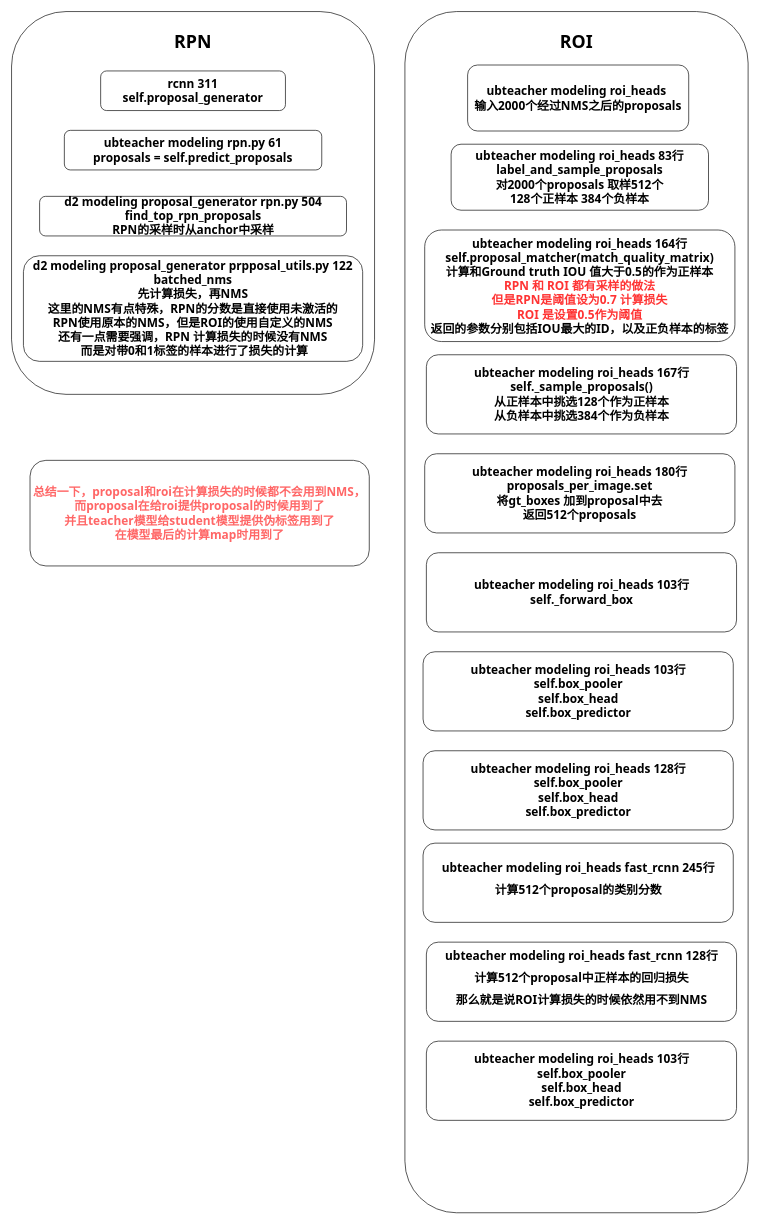
Pandaxia8/Test keeps this draw.io diagram as NMS的使用.drawio. Above is the earlier version. Source tidied: cells renumbered, new cells numbered last; positions are measured from the earlier drawing's top-left corner, leaving out a move shared by most shapes. Both pictures are drawn from the tidied source at 66%, with x=0, y=0 at pixel (11, 11).
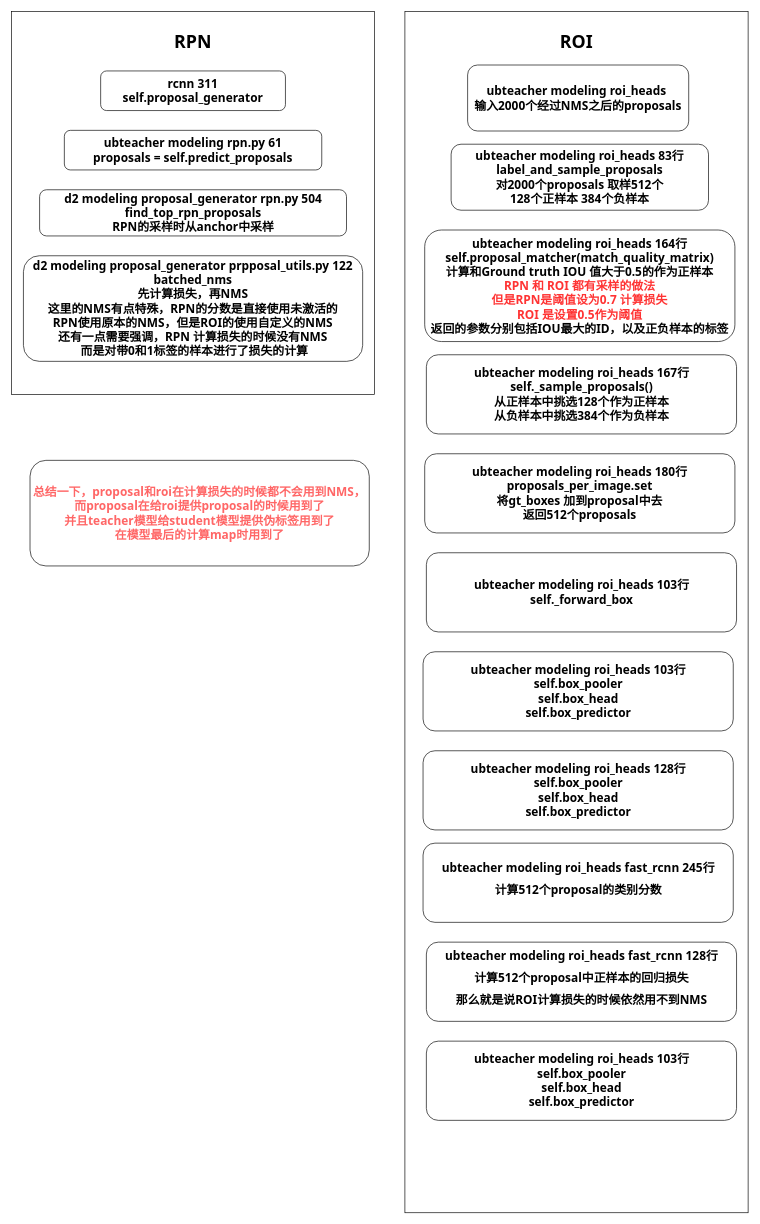
The same page after the edit.

Commit message:
更新NMS的使用.drawio

Change to the diagram source:
```diff
@@
-    <mxCell id="2" style="rounded=1;whiteSpace=wrap;html=1;fontFamily=Tahoma;fontSize=18;" parent="1" vertex="1">
+    <mxCell id="2" style="rounded=0;whiteSpace=wrap;html=1;fontFamily=Tahoma;fontSize=18;" parent="1" vertex="1">
       <mxGeometry width="550" height="580" as="geometry" />
     </mxCell>
@@
     <mxCell id="5" value="&lt;font style=&quot;font-size: 18px;&quot;&gt;d2 modeling proposal_generator rpn.py 504&lt;br&gt;find_top_rpn_proposals&lt;br&gt;RPN的采样时从anchor中采样&lt;br&gt;&lt;/font&gt;" style="rounded=1;whiteSpace=wrap;html=1;fontFamily=Tahoma;fontStyle=1;" parent="1" vertex="1">
-      <mxGeometry x="42.5" y="280" width="465" height="60" as="geometry" />
+      <mxGeometry x="42.5" y="270" width="465" height="70" as="geometry" />
     </mxCell>
@@
-    <mxCell id="8" style="rounded=1;whiteSpace=wrap;html=1;fontFamily=Tahoma;fontSize=18;" parent="1" vertex="1">
+    <mxCell id="8" style="rounded=0;whiteSpace=wrap;html=1;fontFamily=Tahoma;fontSize=18;" parent="1" vertex="1">
       <mxGeometry x="596" width="520" height="1820" as="geometry" />
     </mxCell>
```
